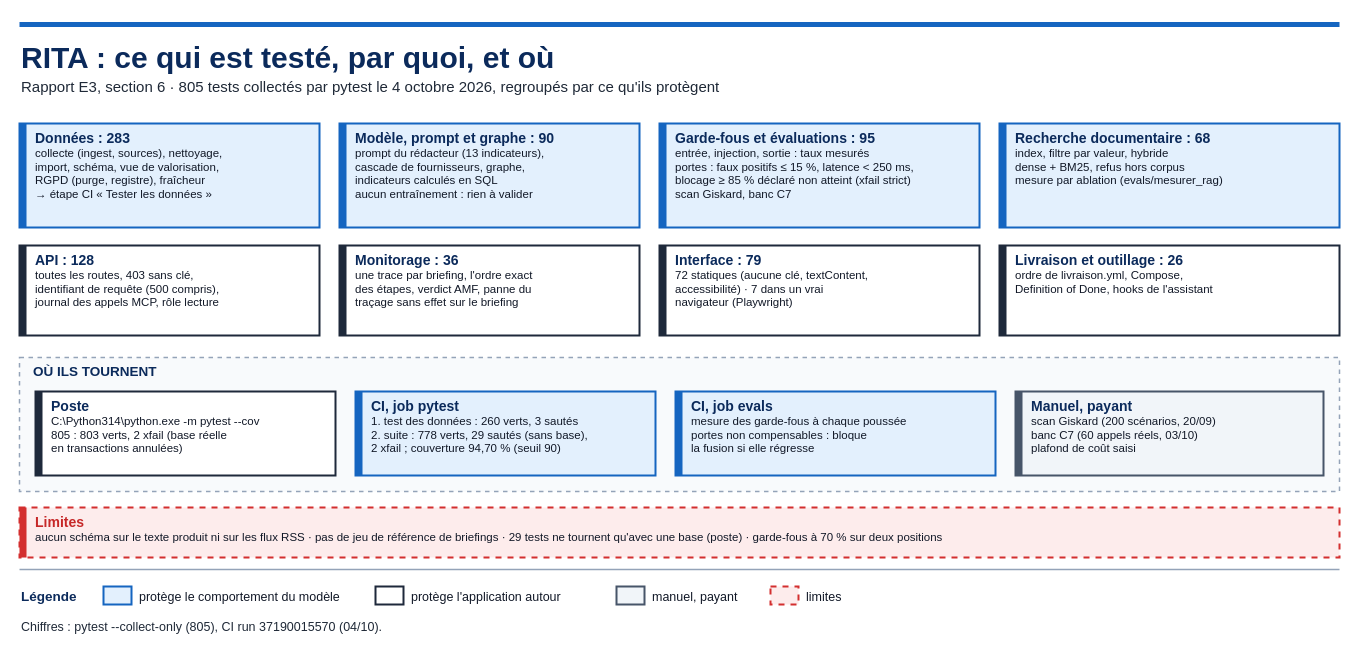
Ganda15/rita-agent keeps this draw.io diagram as docs/rapports/E3/schemas/E3-strategie-tests.drawio. Above is the earlier version. Source tidied: cells renumbered, new cells numbered last; positions are measured from the earlier drawing's top-left corner, leaving out a move shared by most shapes. Both pictures are drawn from the tidied source at 100%, with x=0, y=0 at pixel (19, 19).
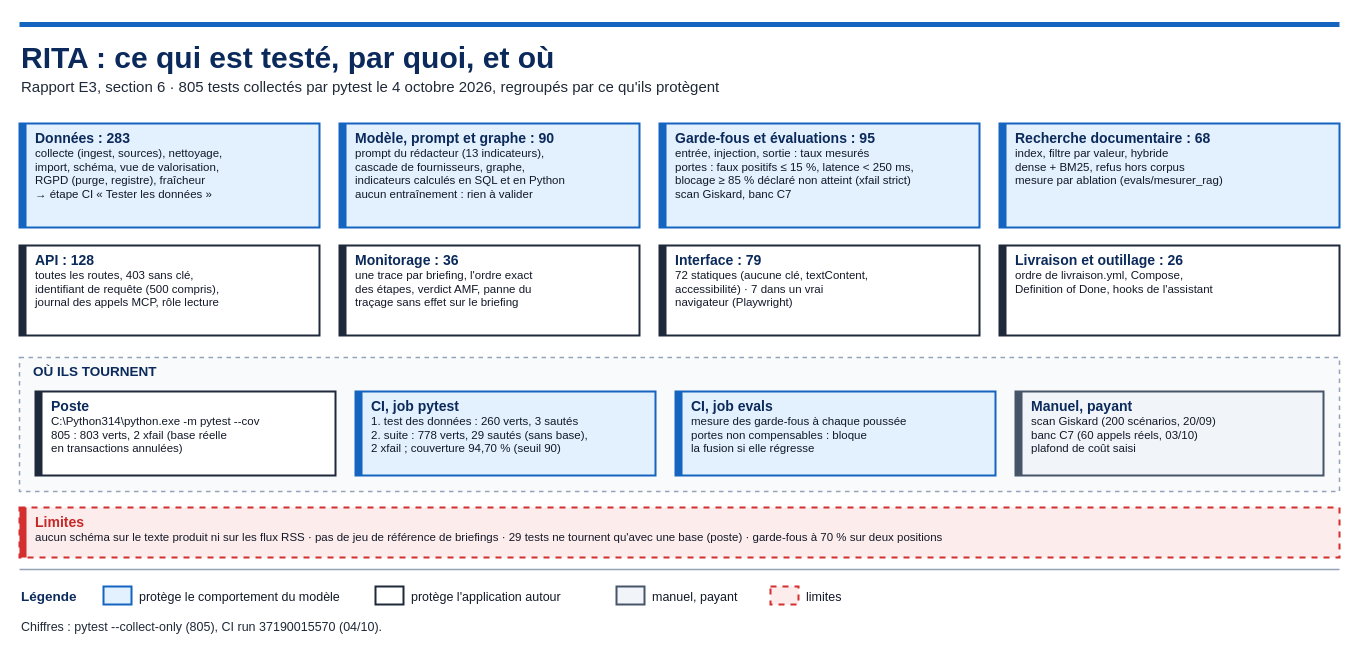
Above is the later version.

Diff of the diagram source:
```diff
@@
-    <mxCell id="8" value="&lt;b&gt;&lt;font style=&quot;font-size:14px;color:#0B2A5B&quot;&gt;Modèle, prompt et graphe : 90&lt;/font&gt;&lt;/b&gt;&lt;br&gt;&lt;font style=&quot;font-size:11.5px;color:#111827&quot;&gt;prompt du rédacteur (13 indicateurs),&lt;/font&gt;&lt;br&gt;&lt;font style=&quot;font-size:11.5px;color:#111827&quot;&gt;cascade de fournisseurs, graphe,&lt;/font&gt;&lt;br&gt;&lt;font style=&quot;font-size:11.5px;color:#111827&quot;&gt;indicateurs calculés en SQL&lt;/font&gt;&lt;br&gt;&lt;font style=&quot;font-size:11.5px;color:#111827&quot;&gt;aucun entraînement : rien à valider&lt;/font&gt;" style="rounded=0;whiteSpace=wrap;html=1;fillColor=#E3F0FD;strokeColor=#1565C0;strokeWidth=2;align=left;spacingLeft=14;fontSize=11.5;fontColor=#111827;verticalAlign=top;" parent="1" vertex="1">
+    <mxCell id="8" value="&lt;b&gt;&lt;font style=&quot;font-size:14px;color:#0B2A5B&quot;&gt;Modèle, prompt et graphe : 90&lt;/font&gt;&lt;/b&gt;&lt;br&gt;&lt;font style=&quot;font-size:11.5px;color:#111827&quot;&gt;prompt du rédacteur (13 indicateurs),&lt;/font&gt;&lt;br&gt;&lt;font style=&quot;font-size:11.5px;color:#111827&quot;&gt;cascade de fournisseurs, graphe,&lt;/font&gt;&lt;br&gt;&lt;font style=&quot;font-size:11.5px;color:#111827&quot;&gt;indicateurs calculés en SQL et en Python&lt;/font&gt;&lt;br&gt;&lt;font style=&quot;font-size:11.5px;color:#111827&quot;&gt;aucun entraînement : rien à valider&lt;/font&gt;" style="rounded=0;whiteSpace=wrap;html=1;fillColor=#E3F0FD;strokeColor=#1565C0;strokeWidth=2;align=left;spacingLeft=14;fontSize=11.5;fontColor=#111827;verticalAlign=top;" parent="1" vertex="1">
       <mxGeometry x="320" y="104" width="300" height="104" as="geometry" />
     </mxCell>
```
